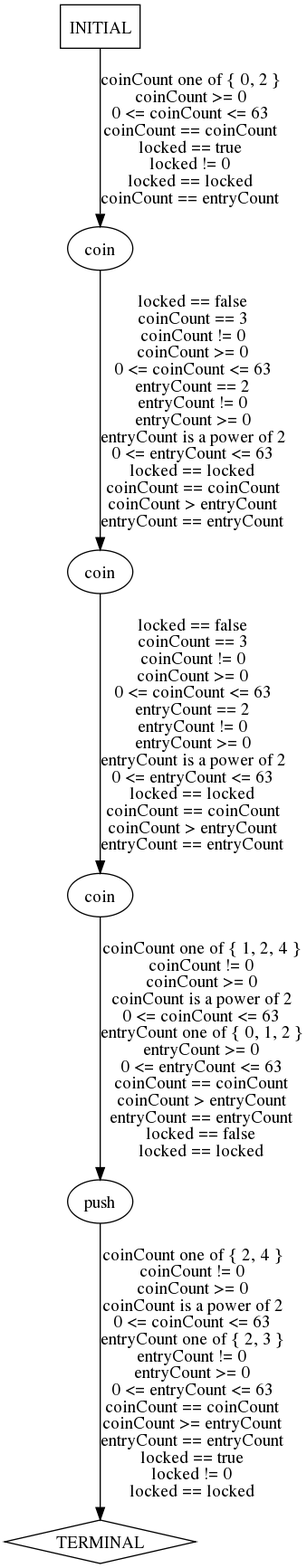
This is traces/abstract/turnstile-example/predicted-paths/turnstile-example-test14.dot.png from ModelInference/synoptic, a Graphviz export, as it was before one commit. Its source is kept beside it as traces/abstract/turnstile-example/predicted-paths/turnstile-example-test14.dot. The source it was exported from:
```dot
digraph {
  0 [label="coin"];
  1 [label="coin"];
  2 [label="coin"];
  3 [label="push"];
  4 [label="TERMINAL",shape=diamond];
  5 [label="INITIAL",shape=box];
0->1 [label="locked == false\ncoinCount == 3\ncoinCount != 0\ncoinCount >= 0\n0 <= coinCount <= 63\nentryCount == 2\nentryCount != 0\nentryCount >= 0\nentryCount is a power of 2\n0 <= entryCount <= 63\nlocked == locked\ncoinCount == coinCount\ncoinCount > entryCount\nentryCount == entryCount",];
1->2 [label="locked == false\ncoinCount == 3\ncoinCount != 0\ncoinCount >= 0\n0 <= coinCount <= 63\nentryCount == 2\nentryCount != 0\nentryCount >= 0\nentryCount is a power of 2\n0 <= entryCount <= 63\nlocked == locked\ncoinCount == coinCount\ncoinCount > entryCount\nentryCount == entryCount",];
2->3 [label="coinCount one of { 1, 2, 4 }\ncoinCount != 0\ncoinCount >= 0\ncoinCount is a power of 2\n0 <= coinCount <= 63\nentryCount one of { 0, 1, 2 }\nentryCount >= 0\n0 <= entryCount <= 63\ncoinCount == coinCount\ncoinCount > entryCount\nentryCount == entryCount\nlocked == false\nlocked == locked",];
3->4 [label="coinCount one of { 2, 4 }\ncoinCount != 0\ncoinCount >= 0\ncoinCount is a power of 2\n0 <= coinCount <= 63\nentryCount one of { 2, 3 }\nentryCount != 0\nentryCount >= 0\n0 <= entryCount <= 63\ncoinCount == coinCount\ncoinCount >= entryCount\nentryCount == entryCount\nlocked == true\nlocked != 0\nlocked == locked",];
5->0 [label="coinCount one of { 0, 2 }\ncoinCount >= 0\n0 <= coinCount <= 63\ncoinCount == coinCount\nlocked == true\nlocked != 0\nlocked == locked\ncoinCount == entryCount",];
} // digraph {
```
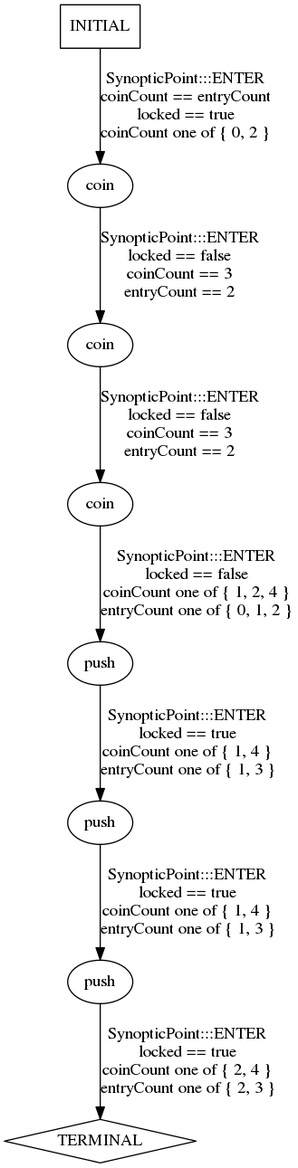
After the commit.

Change to the diagram source:
```diff
@@ -3,11 +3,15 @@
   1 [label="coin"];
   2 [label="coin"];
   3 [label="push"];
-  4 [label="TERMINAL",shape=diamond];
-  5 [label="INITIAL",shape=box];
-0->1 [label="locked == false\ncoinCount == 3\ncoinCount != 0\ncoinCount >= 0\n0 <= coinCount <= 63\nentryCount == 2\nentryCount != 0\nentryCount >= 0\nentryCount is a power of 2\n0 <= entryCount <= 63\nlocked == locked\ncoinCount == coinCount\ncoinCount > entryCount\nentryCount == entryCount",];
-1->2 [label="locked == false\ncoinCount == 3\ncoinCount != 0\ncoinCount >= 0\n0 <= coinCount <= 63\nentryCount == 2\nentryCount != 0\nentryCount >= 0\nentryCount is a power of 2\n0 <= entryCount <= 63\nlocked == locked\ncoinCount == coinCount\ncoinCount > entryCount\nentryCount == entryCount",];
-2->3 [label="coinCount one of { 1, 2, 4 }\ncoinCount != 0\ncoinCount >= 0\ncoinCount is a power of 2\n0 <= coinCount <= 63\nentryCount one of { 0, 1, 2 }\nentryCount >= 0\n0 <= entryCount <= 63\ncoinCount == coinCount\ncoinCount > entryCount\nentryCount == entryCount\nlocked == false\nlocked == locked",];
-3->4 [label="coinCount one of { 2, 4 }\ncoinCount != 0\ncoinCount >= 0\ncoinCount is a power of 2\n0 <= coinCount <= 63\nentryCount one of { 2, 3 }\nentryCount != 0\nentryCount >= 0\n0 <= entryCount <= 63\ncoinCount == coinCount\ncoinCount >= entryCount\nentryCount == entryCount\nlocked == true\nlocked != 0\nlocked == locked",];
-5->0 [label="coinCount one of { 0, 2 }\ncoinCount >= 0\n0 <= coinCount <= 63\ncoinCount == coinCount\nlocked == true\nlocked != 0\nlocked == locked\ncoinCount == entryCount",];
+  4 [label="push"];
+  5 [label="push"];
+  6 [label="TERMINAL",shape=diamond];
+  7 [label="INITIAL",shape=box];
+0->1 [label="SynopticPoint:::ENTER\nlocked == false\ncoinCount == 3\nentryCount == 2\n",];
+1->2 [label="SynopticPoint:::ENTER\nlocked == false\ncoinCount == 3\nentryCount == 2\n",];
+2->3 [label="SynopticPoint:::ENTER\nlocked == false\ncoinCount one of { 1, 2, 4 }\nentryCount one of { 0, 1, 2 }\n",];
+3->4 [label="SynopticPoint:::ENTER\nlocked == true\ncoinCount one of { 1, 4 }\nentryCount one of { 1, 3 }\n",];
+4->5 [label="SynopticPoint:::ENTER\nlocked == true\ncoinCount one of { 1, 4 }\nentryCount one of { 1, 3 }\n",];
+5->6 [label="SynopticPoint:::ENTER\nlocked == true\ncoinCount one of { 2, 4 }\nentryCount one of { 2, 3 }\n",];
+7->0 [label="SynopticPoint:::ENTER\ncoinCount == entryCount\nlocked == true\ncoinCount one of { 0, 2 }\n",];
 } // digraph {
```
